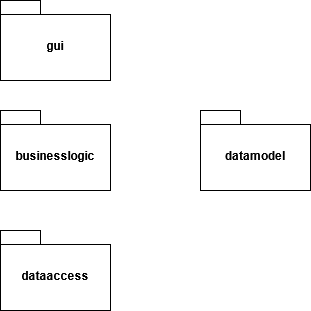
The draw.io diagram PackageDiagram.drawio.png in 70NEL/TasksManagement, before a commit. Source tidied: cells renumbered, new cells last; positions are measured from the earlier drawing's top-left corner, leaving out a move shared by most shapes.
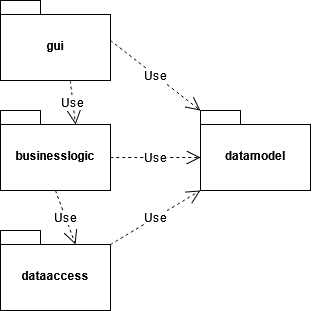
The same diagram one commit later.

Change to the diagram source:
```diff
@@ -14,5 +14,22 @@
     <mxCell id="5" value="datamodel" style="shape=folder;fontStyle=1;spacingTop=10;tabWidth=40;tabHeight=14;tabPosition=left;html=1;whiteSpace=wrap;" parent="1" vertex="1">
       <mxGeometry x="200" y="110" width="110" height="80" as="geometry" />
     </mxCell>
+    <mxCell id="6" value="Use" style="endArrow=open;endSize=12;dashed=1;html=1;rounded=0;fontSize=12;curved=1;entryX=0;entryY=0;entryDx=0;entryDy=0;entryPerimeter=0;" parent="1" edge="1" target="5">
+      <mxGeometry relative="1" as="geometry">
+        <mxPoint x="110" y="40" as="sourcePoint" />
+      </mxGeometry>
+    </mxCell>
+    <mxCell id="7" value="Use" style="endArrow=open;endSize=12;dashed=1;html=1;rounded=0;fontSize=12;curved=1;entryX=0;entryY=0;entryDx=0;entryDy=80;entryPerimeter=0;exitX=0;exitY=0;exitDx=110;exitDy=14;exitPerimeter=0;" parent="1" edge="1" source="4" target="5">
+      <mxGeometry relative="1" as="geometry" />
+    </mxCell>
+    <mxCell id="8" value="Use" style="endArrow=open;endSize=12;dashed=1;html=1;rounded=0;fontSize=12;curved=1;entryX=0;entryY=0;entryDx=0;entryDy=47;entryPerimeter=0;exitX=0;exitY=0;exitDx=110;exitDy=47;exitPerimeter=0;" parent="1" edge="1" source="3" target="5">
+      <mxGeometry relative="1" as="geometry" />
+    </mxCell>
+    <mxCell id="9" value="Use" style="endArrow=open;endSize=12;dashed=1;html=1;rounded=0;fontSize=12;curved=1;entryX=0;entryY=0;entryDx=75;entryDy=14;entryPerimeter=0;exitX=0.635;exitY=1.002;exitDx=0;exitDy=0;exitPerimeter=0;" parent="1" edge="1" source="2" target="3">
+      <mxGeometry relative="1" as="geometry" />
+    </mxCell>
+    <mxCell id="10" value="Use" style="endArrow=open;endSize=12;dashed=1;html=1;rounded=0;fontSize=12;curved=1;entryX=0;entryY=0;entryDx=75;entryDy=14;entryPerimeter=0;exitX=0.5;exitY=1;exitDx=0;exitDy=0;exitPerimeter=0;" parent="1" edge="1" source="3" target="4">
+      <mxGeometry relative="1" as="geometry" />
+    </mxCell>
   </root>
 </mxGraphModel>
```
